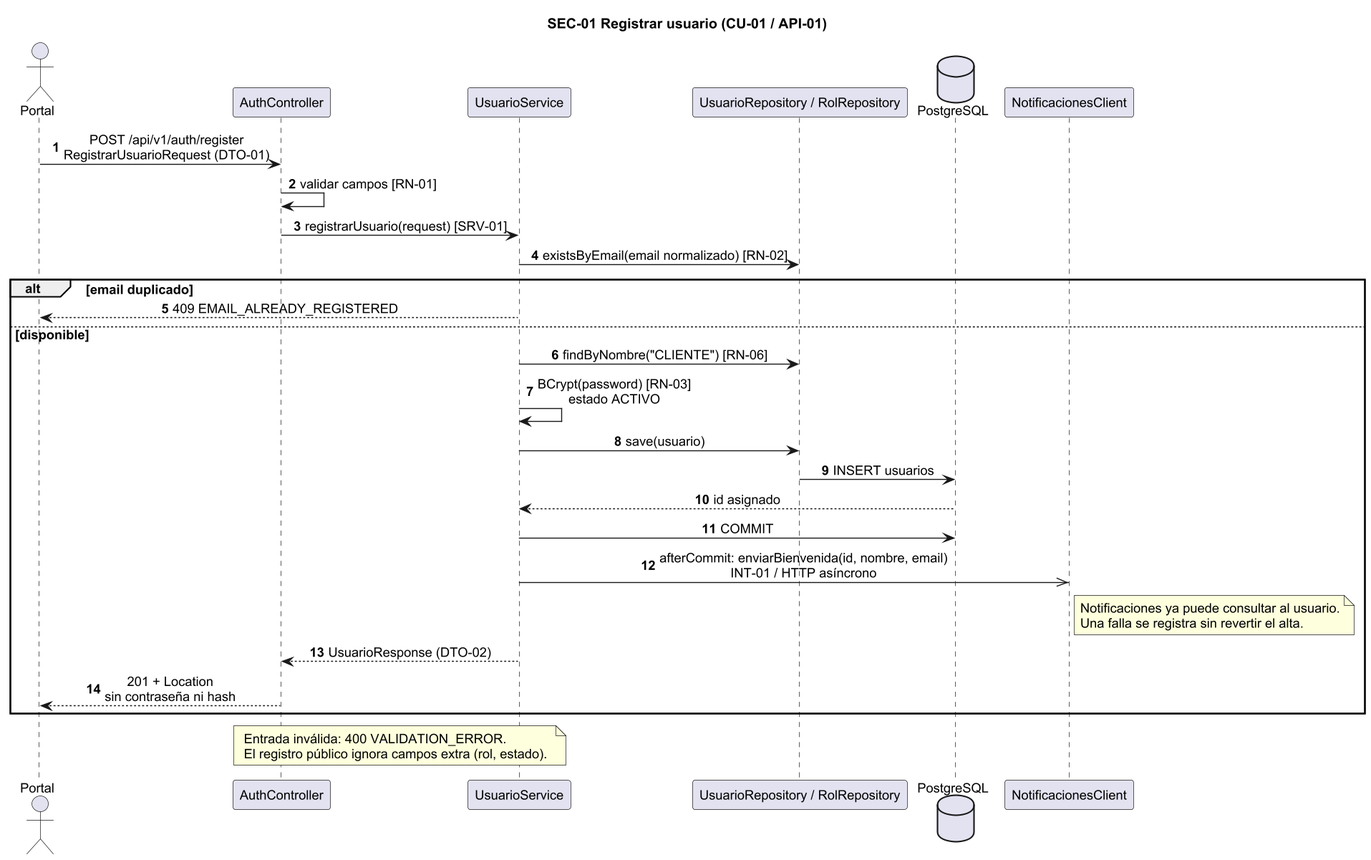
The PlantUML diagram doc/Diagramas/SEC-01.png in CarlaGorgal2002/deliverygo-usuarios-auth, before a commit.
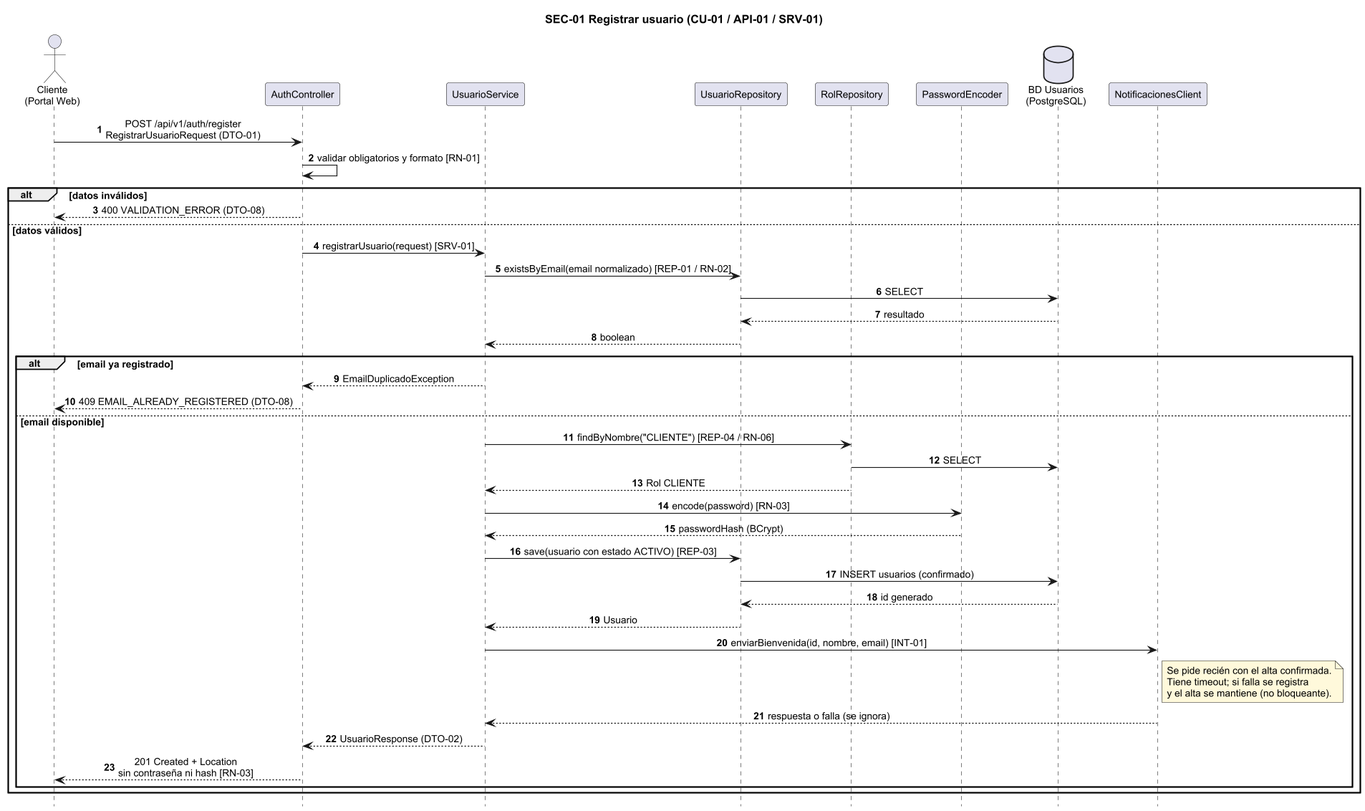
The same diagram one commit later.

Diff of the diagram source:
```diff
@@ -1,34 +1,52 @@
 @startuml SEC-01
-skinparam dpi 135
+skinparam dpi 110
 skinparam shadowing false
 skinparam defaultFontName Arial
-skinparam defaultFontSize 13
+skinparam defaultFontSize 12
 skinparam sequenceMessageAlign center
-title SEC-01 Registrar usuario (CU-01 / API-01)
+skinparam responseMessageBelowArrow true
+skinparam NoteBackgroundColor #FFF9DB
+skinparam ParticipantPadding 12
+hide footbox
+title SEC-01 Registrar usuario (CU-01 / API-01 / SRV-01)
 autonumber
-actor Portal
+actor "Cliente\n(Portal Web)" as A
 participant AuthController as C
 participant UsuarioService as S
-participant "UsuarioRepository / RolRepository" as R
-database PostgreSQL as DB
+participant UsuarioRepository as UR
+participant RolRepository as RR
+participant PasswordEncoder as PE
+database "BD Usuarios\n(PostgreSQL)" as DB
 participant NotificacionesClient as N
-Portal -> C : POST /api/v1/auth/register\nRegistrarUsuarioRequest (DTO-01)
-C -> C : validar campos [RN-01]
-C -> S : registrarUsuario(request) [SRV-01]
-S -> R : existsByEmail(email normalizado) [RN-02]
-alt email duplicado
- S --> Portal : 409 EMAIL_ALREADY_REGISTERED
-else disponible
- S -> R : findByNombre("CLIENTE") [RN-06]
- S -> S : BCrypt(password) [RN-03]\nestado ACTIVO
- S -> R : save(usuario)
- R -> DB : INSERT usuarios
- DB --> S : id asignado
- S -> DB : COMMIT
- S ->> N : afterCommit: enviarBienvenida(id, nombre, email)\nINT-01 / HTTP asíncrono
- note right of N : Notificaciones ya puede consultar al usuario.\nUna falla se registra sin revertir el alta.
- S --> C : UsuarioResponse (DTO-02)
- C --> Portal : 201 + Location\nsin contraseña ni hash
+
+A -> C : POST /api/v1/auth/register\nRegistrarUsuarioRequest (DTO-01)
+C -> C : validar obligatorios y formato [RN-01]
+alt datos inválidos
+  C --> A : 400 VALIDATION_ERROR (DTO-08)
+else datos válidos
+  C -> S : registrarUsuario(request) [SRV-01]
+  S -> UR : existsByEmail(email normalizado) [REP-01 / RN-02]
+  UR -> DB : SELECT
+  DB --> UR : resultado
+  UR --> S : boolean
+  alt email ya registrado
+    S --> C : EmailDuplicadoException
+    C --> A : 409 EMAIL_ALREADY_REGISTERED (DTO-08)
+  else email disponible
+    S -> RR : findByNombre("CLIENTE") [REP-04 / RN-06]
+    RR -> DB : SELECT
+    RR --> S : Rol CLIENTE
+    S -> PE : encode(password) [RN-03]
+    PE --> S : passwordHash (BCrypt)
+    S -> UR : save(usuario con estado ACTIVO) [REP-03]
+    UR -> DB : INSERT usuarios (confirmado)
+    DB --> UR : id generado
+    UR --> S : Usuario
+    S -> N : enviarBienvenida(id, nombre, email) [INT-01]
+    note right of N : Se pide recién con el alta confirmada.\nTiene timeout; si falla se registra\ny el alta se mantiene (no bloqueante).
+    N --> S : respuesta o falla (se ignora)
+    S --> C : UsuarioResponse (DTO-02)
+    C --> A : 201 Created + Location\nsin contraseña ni hash [RN-03]
+  end
 end
-note over C,S : Entrada inválida: 400 VALIDATION_ERROR.\nEl registro público ignora campos extra (rol, estado).
 @enduml
```
